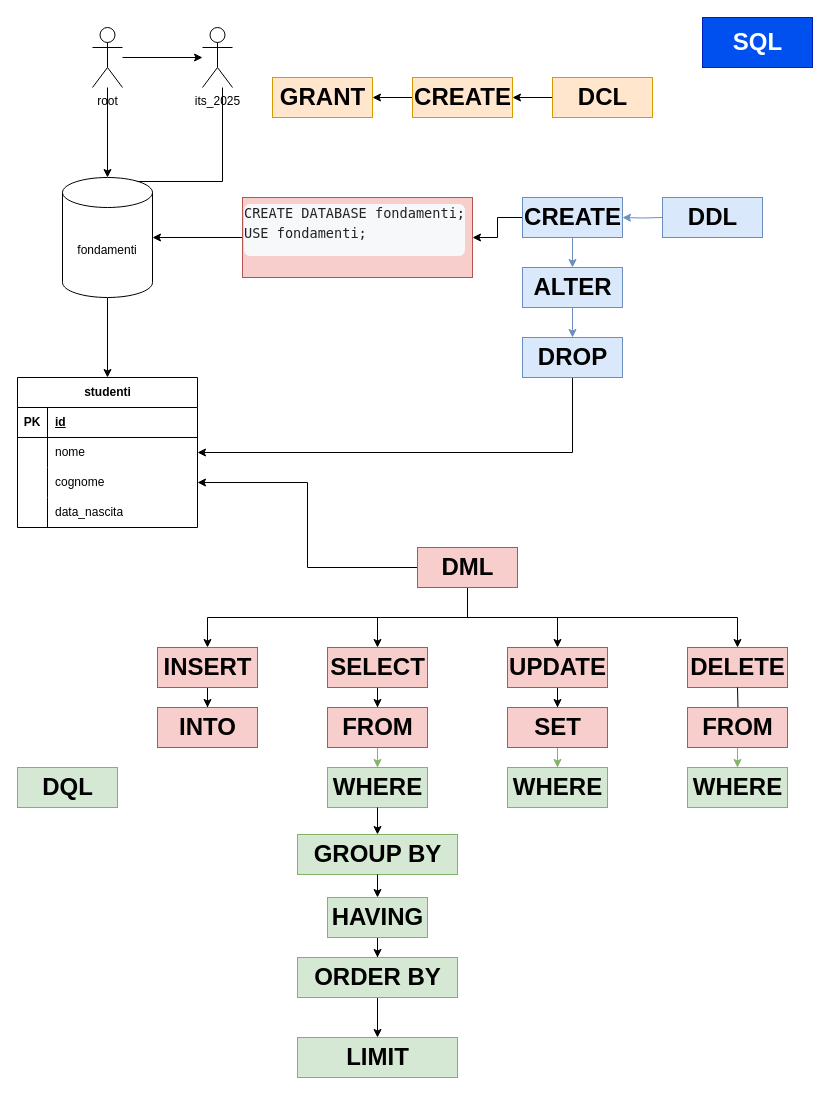
This is page "Pagina-1" (1 of 2) of Database/lezioni/its_2025_DB.drawio from maboglia/ITS2025_SWD, a draw.io file, before an edit. Source tidied: cells renumbered, new cells numbered last; positions are measured from the earlier drawing's top-left corner, leaving out a move shared by most shapes. Both pictures are drawn from the tidied source at 100%, with x=0, y=0 at pixel (17, 17).
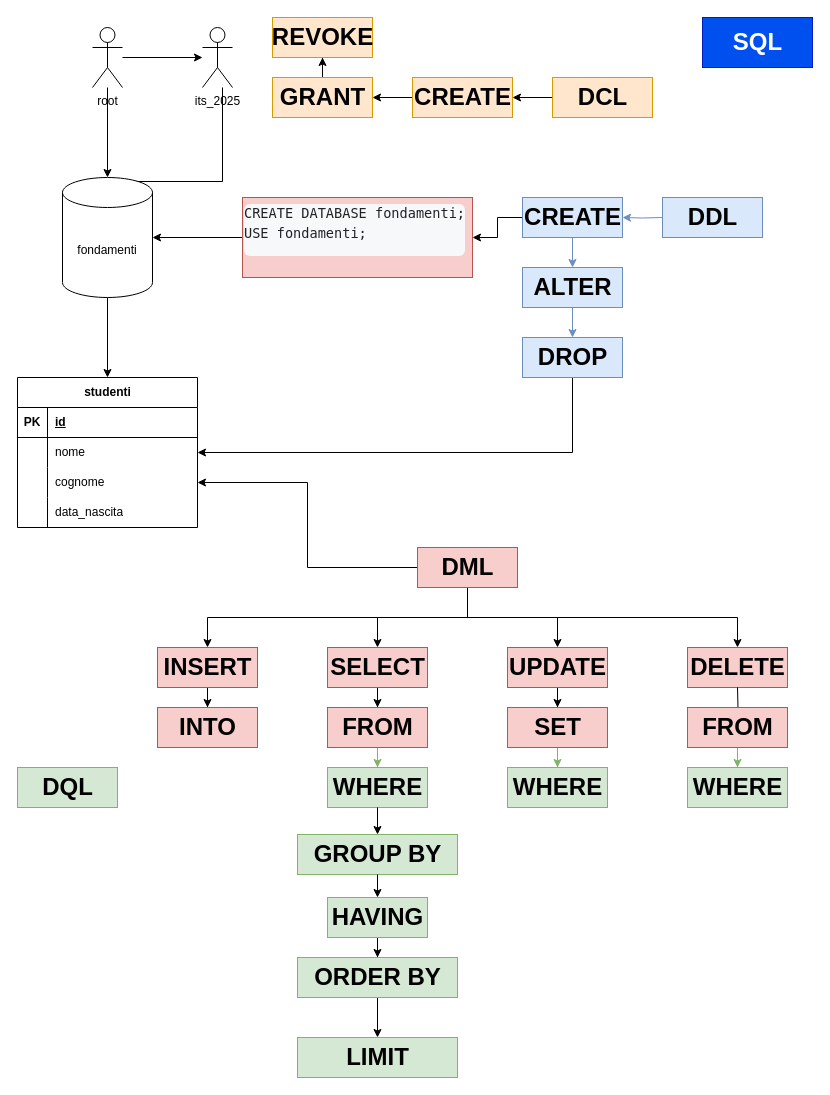
The same page after the edit.

Unchanged cells that the change refers to:
```xml
<mxCell id="28" value="GRANT" style="text;strokeColor=#d79b00;fillColor=#ffe6cc;html=1;fontSize=24;fontStyle=1;verticalAlign=middle;align=center;" parent="1" vertex="1">
  <mxGeometry x="255" y="60" width="100" height="40" as="geometry" />
</mxCell>
```

Diff of the diagram source:
```diff
@@
+    <mxCell id="72" style="edgeStyle=orthogonalEdgeStyle;rounded=0;jettySize=auto;html=1;" parent="1" edge="1" source="28" target="73">
+      <mxGeometry relative="1" as="geometry" />
+    </mxCell>
@@
+    <mxCell id="73" value="REVOKE" style="text;strokeColor=#d79b00;fillColor=#ffe6cc;html=1;fontSize=24;fontStyle=1;verticalAlign=middle;align=center;" parent="1" vertex="1">
+      <mxGeometry x="255" width="100" height="40" as="geometry" />
+    </mxCell>
```
